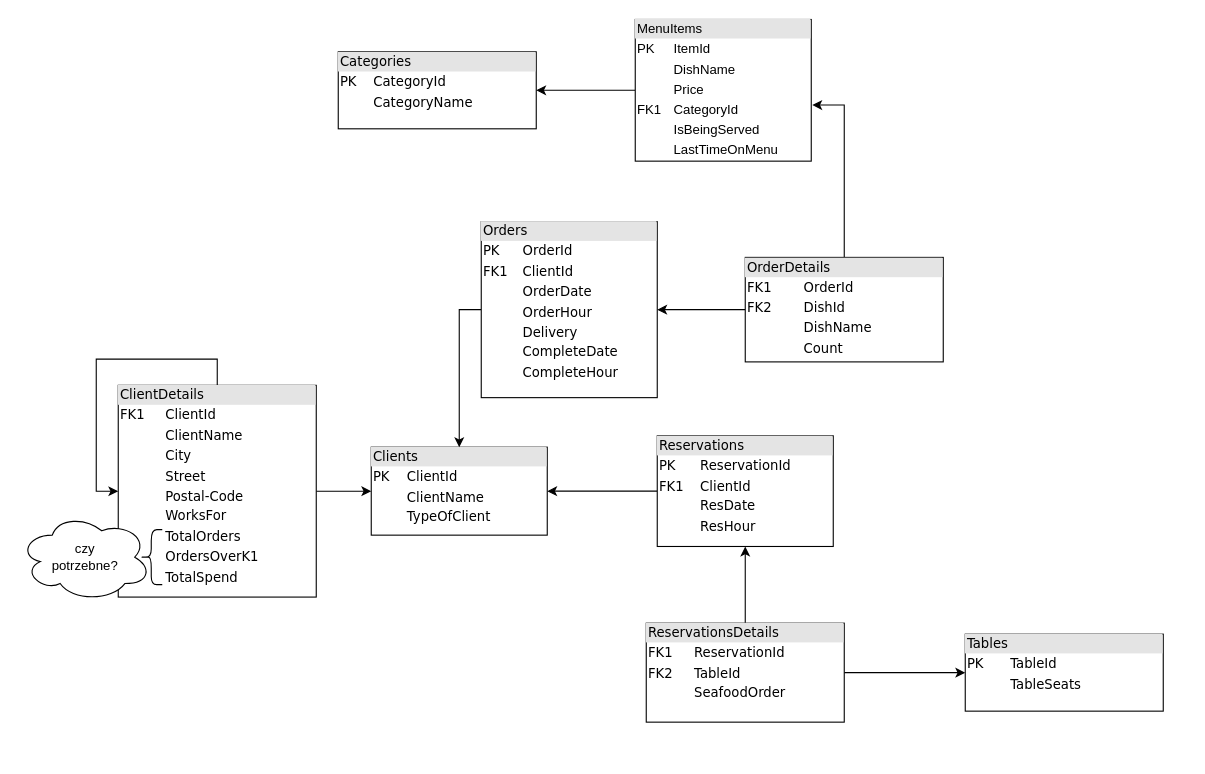
The draw.io diagram DataBaseSchema.drawio in mczajor/DataBases, before the edit. Source tidied: cells renumbered, new cells numbered last; positions are measured from the earlier drawing's top-left corner, leaving out a move shared by most shapes. Both pictures are drawn from the tidied source at 110%, with x=0, y=0 at pixel (19, 19).
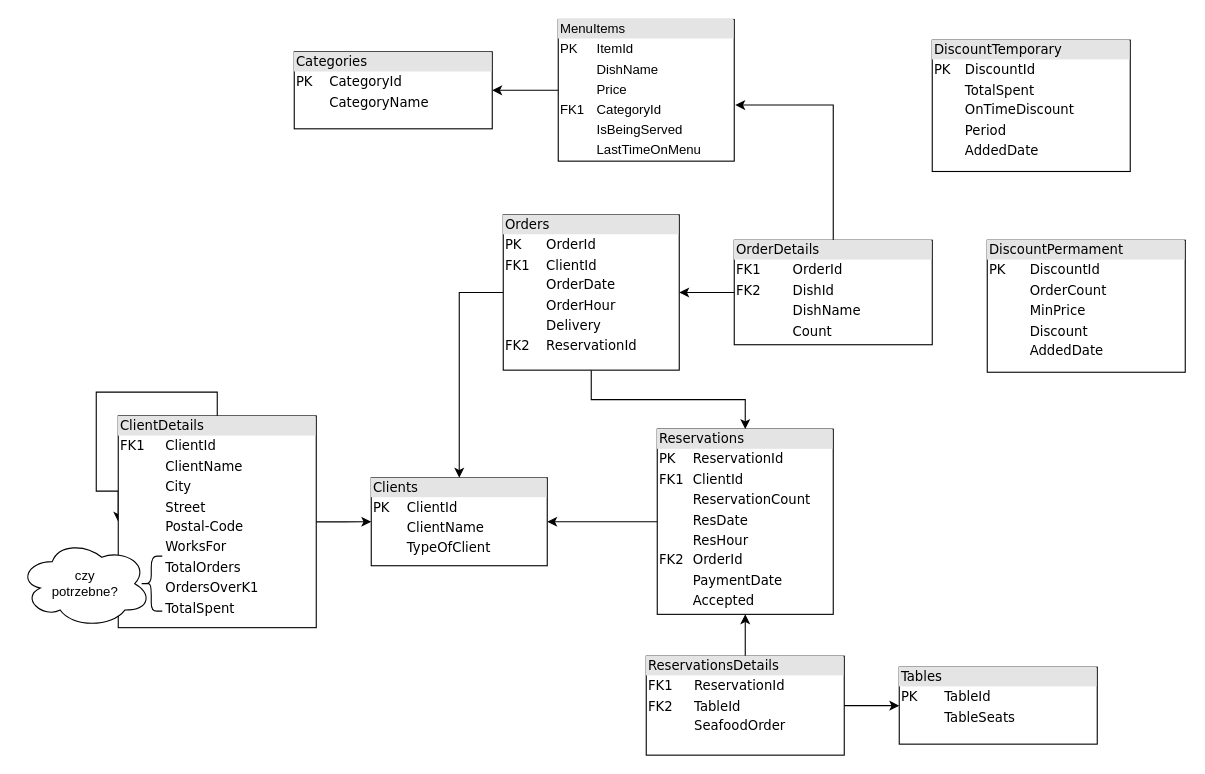
After the change.

What changed in the source:
```diff
@@
-    <mxCell id="3" value="&lt;div style=&quot;box-sizing: border-box ; width: 100% ; background: #e4e4e4 ; padding: 2px&quot;&gt;Reservations&lt;br&gt;&lt;/div&gt;&lt;table style=&quot;width: 100% ; font-size: 1em&quot; cellspacing=&quot;0&quot; cellpadding=&quot;2&quot;&gt;&lt;tbody&gt;&lt;tr&gt;&lt;td&gt;PK&lt;br&gt;&lt;/td&gt;&lt;td&gt;ReservationId&lt;br&gt;&lt;/td&gt;&lt;/tr&gt;&lt;tr&gt;&lt;td&gt;FK1&lt;br&gt;&lt;/td&gt;&lt;td&gt;ClientId&lt;br&gt;&lt;/td&gt;&lt;/tr&gt;&lt;tr&gt;&lt;td&gt;&lt;br&gt;&lt;/td&gt;&lt;td&gt;ResDate&lt;br&gt;&lt;/td&gt;&lt;/tr&gt;&lt;tr&gt;&lt;td&gt;&lt;br&gt;&lt;/td&gt;&lt;td&gt;ResHour&lt;br&gt;&lt;/td&gt;&lt;/tr&gt;&lt;/tbody&gt;&lt;/table&gt;" style="verticalAlign=top;align=left;overflow=fill;html=1;rounded=0;shadow=0;comic=0;labelBackgroundColor=none;strokeWidth=1;fontFamily=Verdana;fontSize=12;" parent="1" vertex="1">
-      <mxGeometry x="580" y="378.7" width="160" height="100.6" as="geometry" />
+    <mxCell id="3" value="&lt;div style=&quot;box-sizing: border-box ; width: 100% ; background: #e4e4e4 ; padding: 2px&quot;&gt;Reservations&lt;br&gt;&lt;/div&gt;&lt;table style=&quot;width: 100% ; font-size: 1em&quot; cellspacing=&quot;0&quot; cellpadding=&quot;2&quot;&gt;&lt;tbody&gt;&lt;tr&gt;&lt;td&gt;PK&lt;br&gt;&lt;/td&gt;&lt;td&gt;ReservationId&lt;br&gt;&lt;/td&gt;&lt;/tr&gt;&lt;tr&gt;&lt;td&gt;FK1&lt;br&gt;&lt;/td&gt;&lt;td&gt;ClientId&lt;br&gt;&lt;/td&gt;&lt;/tr&gt;&lt;tr&gt;&lt;td&gt;&lt;br&gt;&lt;/td&gt;&lt;td&gt;ReservationCount&lt;br&gt;&lt;/td&gt;&lt;/tr&gt;&lt;tr&gt;&lt;td&gt;&lt;br&gt;&lt;/td&gt;&lt;td&gt;ResDate&lt;br&gt;&lt;/td&gt;&lt;/tr&gt;&lt;tr&gt;&lt;td&gt;&lt;br&gt;&lt;/td&gt;&lt;td&gt;ResHour&lt;br&gt;&lt;/td&gt;&lt;/tr&gt;&lt;tr&gt;&lt;td&gt;FK2&lt;br&gt;&lt;/td&gt;&lt;td&gt;OrderId&lt;br&gt;&lt;/td&gt;&lt;/tr&gt;&lt;tr&gt;&lt;td&gt;&lt;br&gt;&lt;/td&gt;&lt;td&gt;PaymentDate&lt;br&gt;&lt;/td&gt;&lt;/tr&gt;&lt;tr&gt;&lt;td&gt;&lt;br&gt;&lt;/td&gt;&lt;td&gt;Accepted&lt;br&gt;&lt;/td&gt;&lt;/tr&gt;&lt;/tbody&gt;&lt;/table&gt;" style="verticalAlign=top;align=left;overflow=fill;html=1;rounded=0;shadow=0;comic=0;labelBackgroundColor=none;strokeWidth=1;fontFamily=Verdana;fontSize=12;" parent="1" vertex="1">
+      <mxGeometry x="580" y="372.6" width="160" height="168.4" as="geometry" />
     </mxCell>
     <mxCell id="4" value="&lt;div style=&quot;box-sizing: border-box ; width: 100% ; background: #e4e4e4 ; padding: 2px&quot;&gt;Clients&lt;/div&gt;&lt;table style=&quot;width: 100% ; font-size: 1em&quot; cellspacing=&quot;0&quot; cellpadding=&quot;2&quot;&gt;&lt;tbody&gt;&lt;tr&gt;&lt;td&gt;PK&lt;br&gt;&lt;/td&gt;&lt;td&gt;ClientId&lt;/td&gt;&lt;/tr&gt;&lt;tr&gt;&lt;td&gt;&lt;br&gt;&lt;/td&gt;&lt;td&gt;ClientName&lt;/td&gt;&lt;/tr&gt;&lt;tr&gt;&lt;td&gt;&lt;/td&gt;&lt;td&gt;TypeOfClient&lt;br&gt;&lt;/td&gt;&lt;/tr&gt;&lt;/tbody&gt;&lt;/table&gt;" style="verticalAlign=top;align=left;overflow=fill;html=1;rounded=0;shadow=0;comic=0;labelBackgroundColor=none;strokeWidth=1;fontFamily=Verdana;fontSize=12;" parent="1" vertex="1">
-      <mxGeometry x="320" y="389" width="160" height="80" as="geometry" />
+      <mxGeometry x="320" y="416.8" width="160" height="80" as="geometry" />
     </mxCell>
@@
     <mxCell id="6" style="edgeStyle=orthogonalEdgeStyle;rounded=0;orthogonalLoop=1;jettySize=auto;html=1;entryX=0;entryY=0.5;entryDx=0;entryDy=0;entryPerimeter=0;" parent="1" edge="1" source="7" target="7">
       <mxGeometry relative="1" as="geometry">
         <Array as="points">
-          <mxPoint x="180" y="309" />
-          <mxPoint x="70" y="309" />
+          <mxPoint x="180" y="339" />
+          <mxPoint x="70" y="339" />
           <mxPoint x="70" y="429" />
+          <mxPoint x="90" y="429" />
         </Array>
       </mxGeometry>
     </mxCell>
-    <mxCell id="7" value="&lt;div style=&quot;box-sizing: border-box ; width: 100% ; background: #e4e4e4 ; padding: 2px&quot;&gt;ClientDetails&lt;/div&gt;&lt;table style=&quot;width: 100% ; font-size: 1em&quot; cellspacing=&quot;0&quot; cellpadding=&quot;2&quot;&gt;&lt;tbody&gt;&lt;tr&gt;&lt;td&gt;FK1&lt;br&gt;&lt;/td&gt;&lt;td&gt;ClientId&lt;/td&gt;&lt;/tr&gt;&lt;tr&gt;&lt;td&gt;&lt;br&gt;&lt;/td&gt;&lt;td&gt;ClientName&lt;/td&gt;&lt;/tr&gt;&lt;tr&gt;&lt;td&gt;&lt;/td&gt;&lt;td&gt;City&lt;br&gt;&lt;/td&gt;&lt;/tr&gt;&lt;tr&gt;&lt;td&gt;&lt;br&gt;&lt;/td&gt;&lt;td&gt;Street&lt;br&gt;&lt;/td&gt;&lt;/tr&gt;&lt;tr&gt;&lt;td&gt;&lt;br&gt;&lt;/td&gt;&lt;td&gt;Postal-Code&lt;br&gt;&lt;/td&gt;&lt;/tr&gt;&lt;tr&gt;&lt;td&gt;&lt;br&gt;&lt;/td&gt;&lt;td&gt;WorksFor&lt;br&gt;&lt;/td&gt;&lt;/tr&gt;&lt;tr&gt;&lt;td&gt;&lt;br&gt;&lt;/td&gt;&lt;td&gt;TotalOrders&lt;br&gt;&lt;/td&gt;&lt;/tr&gt;&lt;tr&gt;&lt;td&gt;&lt;br&gt;&lt;/td&gt;&lt;td&gt;OrdersOverK1&lt;br&gt;&lt;/td&gt;&lt;/tr&gt;&lt;tr&gt;&lt;td&gt;&lt;br&gt;&lt;/td&gt;&lt;td&gt;TotalSpend&lt;br&gt;&lt;/td&gt;&lt;/tr&gt;&lt;/tbody&gt;&lt;/table&gt;" style="verticalAlign=top;align=left;overflow=fill;html=1;rounded=0;shadow=0;comic=0;labelBackgroundColor=none;strokeWidth=1;fontFamily=Verdana;fontSize=12;" parent="1" vertex="1">
-      <mxGeometry x="90" y="332.8" width="180" height="192.5" as="geometry" />
+    <mxCell id="7" value="&lt;div style=&quot;box-sizing: border-box ; width: 100% ; background: #e4e4e4 ; padding: 2px&quot;&gt;ClientDetails&lt;/div&gt;&lt;table style=&quot;width: 100% ; font-size: 1em&quot; cellspacing=&quot;0&quot; cellpadding=&quot;2&quot;&gt;&lt;tbody&gt;&lt;tr&gt;&lt;td&gt;FK1&lt;br&gt;&lt;/td&gt;&lt;td&gt;ClientId&lt;/td&gt;&lt;/tr&gt;&lt;tr&gt;&lt;td&gt;&lt;br&gt;&lt;/td&gt;&lt;td&gt;ClientName&lt;/td&gt;&lt;/tr&gt;&lt;tr&gt;&lt;td&gt;&lt;/td&gt;&lt;td&gt;City&lt;br&gt;&lt;/td&gt;&lt;/tr&gt;&lt;tr&gt;&lt;td&gt;&lt;br&gt;&lt;/td&gt;&lt;td&gt;Street&lt;br&gt;&lt;/td&gt;&lt;/tr&gt;&lt;tr&gt;&lt;td&gt;&lt;br&gt;&lt;/td&gt;&lt;td&gt;Postal-Code&lt;br&gt;&lt;/td&gt;&lt;/tr&gt;&lt;tr&gt;&lt;td&gt;&lt;br&gt;&lt;/td&gt;&lt;td&gt;WorksFor&lt;br&gt;&lt;/td&gt;&lt;/tr&gt;&lt;tr&gt;&lt;td&gt;&lt;br&gt;&lt;/td&gt;&lt;td&gt;TotalOrders&lt;br&gt;&lt;/td&gt;&lt;/tr&gt;&lt;tr&gt;&lt;td&gt;&lt;br&gt;&lt;/td&gt;&lt;td&gt;OrdersOverK1&lt;br&gt;&lt;/td&gt;&lt;/tr&gt;&lt;tr&gt;&lt;td&gt;&lt;br&gt;&lt;/td&gt;&lt;td&gt;TotalSpent&lt;br&gt;&lt;/td&gt;&lt;/tr&gt;&lt;/tbody&gt;&lt;/table&gt;" style="verticalAlign=top;align=left;overflow=fill;html=1;rounded=0;shadow=0;comic=0;labelBackgroundColor=none;strokeWidth=1;fontFamily=Verdana;fontSize=12;" parent="1" vertex="1">
+      <mxGeometry x="90" y="360.6" width="180" height="192.5" as="geometry" />
     </mxCell>
@@
+    <mxCell id="23" style="edgeStyle=orthogonalEdgeStyle;rounded=0;jettySize=auto;html=1;" parent="1" edge="1" source="9" target="3">
+      <mxGeometry relative="1" as="geometry" />
+    </mxCell>
-    <mxCell id="9" value="&lt;div style=&quot;box-sizing: border-box ; width: 100% ; background: #e4e4e4 ; padding: 2px&quot;&gt;Orders&lt;/div&gt;&lt;table style=&quot;width: 100% ; font-size: 1em&quot; cellspacing=&quot;0&quot; cellpadding=&quot;2&quot;&gt;&lt;tbody&gt;&lt;tr&gt;&lt;td&gt;PK&lt;br&gt;&lt;/td&gt;&lt;td&gt;OrderId&lt;br&gt;&lt;/td&gt;&lt;/tr&gt;&lt;tr&gt;&lt;td&gt;FK1&lt;br&gt;&lt;/td&gt;&lt;td&gt;ClientId&lt;br&gt;&lt;/td&gt;&lt;/tr&gt;&lt;tr&gt;&lt;td&gt;&lt;br&gt;&lt;/td&gt;&lt;td&gt;OrderDate&lt;br&gt;&lt;/td&gt;&lt;/tr&gt;&lt;tr&gt;&lt;td&gt;&lt;br&gt;&lt;/td&gt;&lt;td&gt;OrderHour&lt;br&gt;&lt;/td&gt;&lt;/tr&gt;&lt;tr&gt;&lt;td&gt;&lt;br&gt;&lt;/td&gt;&lt;td&gt;Delivery&lt;br&gt;&lt;/td&gt;&lt;/tr&gt;&lt;tr&gt;&lt;td&gt;&lt;br&gt;&lt;/td&gt;&lt;td&gt;CompleteDate&lt;/td&gt;&lt;/tr&gt;&lt;tr&gt;&lt;td&gt;&lt;br&gt;&lt;/td&gt;&lt;td&gt;CompleteHour&lt;br&gt;&lt;/td&gt;&lt;/tr&gt;&lt;/tbody&gt;&lt;/table&gt;" style="verticalAlign=top;align=left;overflow=fill;html=1;rounded=0;shadow=0;comic=0;labelBackgroundColor=none;strokeWidth=1;fontFamily=Verdana;fontSize=12;" parent="1" vertex="1">
-      <mxGeometry x="420" y="184" width="160" height="160" as="geometry" />
+    <mxCell id="9" value="&lt;div style=&quot;box-sizing: border-box ; width: 100% ; background: #e4e4e4 ; padding: 2px&quot;&gt;Orders&lt;/div&gt;&lt;table style=&quot;width: 100% ; font-size: 1em&quot; cellspacing=&quot;0&quot; cellpadding=&quot;2&quot;&gt;&lt;tbody&gt;&lt;tr&gt;&lt;td&gt;PK&lt;br&gt;&lt;/td&gt;&lt;td&gt;OrderId&lt;br&gt;&lt;/td&gt;&lt;/tr&gt;&lt;tr&gt;&lt;td&gt;FK1&lt;br&gt;&lt;/td&gt;&lt;td&gt;ClientId&lt;br&gt;&lt;/td&gt;&lt;/tr&gt;&lt;tr&gt;&lt;td&gt;&lt;br&gt;&lt;/td&gt;&lt;td&gt;OrderDate&lt;br&gt;&lt;/td&gt;&lt;/tr&gt;&lt;tr&gt;&lt;td&gt;&lt;br&gt;&lt;/td&gt;&lt;td&gt;OrderHour&lt;br&gt;&lt;/td&gt;&lt;/tr&gt;&lt;tr&gt;&lt;td&gt;&lt;br&gt;&lt;/td&gt;&lt;td&gt;Delivery&lt;br&gt;&lt;/td&gt;&lt;/tr&gt;&lt;tr&gt;&lt;td&gt;FK2&lt;br&gt;&lt;/td&gt;&lt;td&gt;ReservationId&lt;br&gt;&lt;/td&gt;&lt;/tr&gt;&lt;/tbody&gt;&lt;/table&gt;" style="verticalAlign=top;align=left;overflow=fill;html=1;rounded=0;shadow=0;comic=0;labelBackgroundColor=none;strokeWidth=1;fontFamily=Verdana;fontSize=12;" parent="1" vertex="1">
+      <mxGeometry x="440" y="177.8" width="160" height="141.2" as="geometry" />
     </mxCell>
     <mxCell id="10" value="&lt;div style=&quot;box-sizing:border-box;width:100%;background:#e4e4e4;padding:2px;&quot;&gt;Categories&lt;/div&gt;&lt;table style=&quot;width:100%;font-size:1em;&quot; cellspacing=&quot;0&quot; cellpadding=&quot;2&quot;&gt;&lt;tbody&gt;&lt;tr&gt;&lt;td&gt;PK&lt;br&gt;&lt;/td&gt;&lt;td&gt;CategoryId&lt;/td&gt;&lt;/tr&gt;&lt;tr&gt;&lt;td&gt;&lt;br&gt;&lt;/td&gt;&lt;td&gt;CategoryName&lt;/td&gt;&lt;/tr&gt;&lt;/tbody&gt;&lt;/table&gt;" style="verticalAlign=top;align=left;overflow=fill;html=1;rounded=0;shadow=0;comic=0;labelBackgroundColor=none;strokeWidth=1;fontFamily=Verdana;fontSize=12;" parent="1" vertex="1">
-      <mxGeometry x="290" y="29.6" width="180" height="70" as="geometry" />
+      <mxGeometry x="250" y="29.6" width="180" height="70" as="geometry" />
     </mxCell>
@@
-    <mxCell id="13" value="&lt;div style=&quot;box-sizing: border-box ; width: 100% ; background: #e4e4e4 ; padding: 2px&quot;&gt;OrderDetails&lt;/div&gt;&lt;table style=&quot;width: 100% ; font-size: 1em&quot; cellspacing=&quot;0&quot; cellpadding=&quot;2&quot;&gt;&lt;tbody&gt;&lt;tr&gt;&lt;td&gt;FK1&lt;br&gt;&lt;/td&gt;&lt;td&gt;OrderId&lt;br&gt;&lt;/td&gt;&lt;/tr&gt;&lt;tr&gt;&lt;td&gt;FK2&lt;br&gt;&lt;/td&gt;&lt;td&gt;DishId&lt;/td&gt;&lt;/tr&gt;&lt;tr&gt;&lt;td&gt;&lt;br&gt;&lt;/td&gt;&lt;td&gt;DishName&lt;br&gt;&lt;/td&gt;&lt;/tr&gt;&lt;tr&gt;&lt;td&gt;&lt;/td&gt;&lt;td&gt;Count&lt;/td&gt;&lt;/tr&gt;&lt;/tbody&gt;&lt;/table&gt;" style="verticalAlign=top;align=left;overflow=fill;html=1;rounded=0;shadow=0;comic=0;labelBackgroundColor=none;strokeWidth=1;fontFamily=Verdana;fontSize=12;" parent="1" vertex="1">
-      <mxGeometry x="660" y="216.5" width="180" height="95" as="geometry" />
+    <mxCell id="13" value="&lt;div style=&quot;box-sizing: border-box ; width: 100% ; background: #e4e4e4 ; padding: 2px&quot;&gt;OrderDetails&lt;/div&gt;&lt;table style=&quot;width: 100% ; font-size: 1em&quot; cellspacing=&quot;0&quot; cellpadding=&quot;2&quot;&gt;&lt;tbody&gt;&lt;tr&gt;&lt;td&gt;FK1&lt;br&gt;&lt;/td&gt;&lt;td&gt;OrderId&lt;br&gt;&lt;/td&gt;&lt;/tr&gt;&lt;tr&gt;&lt;td&gt;FK2&lt;br&gt;&lt;/td&gt;&lt;td&gt;DishId&lt;/td&gt;&lt;/tr&gt;&lt;tr&gt;&lt;td&gt;&lt;br&gt;&lt;/td&gt;&lt;td&gt;DishName&lt;br&gt;&lt;/td&gt;&lt;/tr&gt;&lt;tr&gt;&lt;td&gt;&lt;/td&gt;&lt;td&gt;Count&lt;/td&gt;&lt;/tr&gt;&lt;tr&gt;&lt;td&gt;&lt;br&gt;&lt;/td&gt;&lt;td&gt;&lt;br&gt;&lt;/td&gt;&lt;/tr&gt;&lt;/tbody&gt;&lt;/table&gt;" style="verticalAlign=top;align=left;overflow=fill;html=1;rounded=0;shadow=0;comic=0;labelBackgroundColor=none;strokeWidth=1;fontFamily=Verdana;fontSize=12;" parent="1" vertex="1">
+      <mxGeometry x="650" y="200.9" width="180" height="95" as="geometry" />
     </mxCell>
     <mxCell id="14" value="&lt;div style=&quot;box-sizing:border-box;width:100%;background:#e4e4e4;padding:2px;&quot;&gt;Tables&lt;/div&gt;&lt;table style=&quot;width:100%;font-size:1em;&quot; cellspacing=&quot;0&quot; cellpadding=&quot;2&quot;&gt;&lt;tbody&gt;&lt;tr&gt;&lt;td&gt;PK&lt;br&gt;&lt;/td&gt;&lt;td&gt;TableId&lt;/td&gt;&lt;/tr&gt;&lt;tr&gt;&lt;td&gt;&lt;br&gt;&lt;/td&gt;&lt;td&gt;TableSeats&lt;/td&gt;&lt;/tr&gt;&lt;/tbody&gt;&lt;/table&gt;" style="verticalAlign=top;align=left;overflow=fill;html=1;rounded=0;shadow=0;comic=0;labelBackgroundColor=none;strokeWidth=1;fontFamily=Verdana;fontSize=12;" parent="1" vertex="1">
-      <mxGeometry x="860" y="559" width="180" height="70" as="geometry" />
+      <mxGeometry x="800" y="589" width="180" height="70" as="geometry" />
     </mxCell>
@@
     <mxCell id="17" value="&lt;div style=&quot;box-sizing: border-box ; width: 100% ; background: #e4e4e4 ; padding: 2px&quot;&gt;ReservationsDetails&lt;/div&gt;&lt;table style=&quot;width: 100% ; font-size: 1em&quot; cellspacing=&quot;0&quot; cellpadding=&quot;2&quot;&gt;&lt;tbody&gt;&lt;tr&gt;&lt;td&gt;FK1&lt;br&gt;&lt;/td&gt;&lt;td&gt;ReservationId&lt;/td&gt;&lt;/tr&gt;&lt;tr&gt;&lt;td&gt;FK2&lt;br&gt;&lt;/td&gt;&lt;td&gt;TableId&lt;br&gt;&lt;/td&gt;&lt;/tr&gt;&lt;tr&gt;&lt;td&gt;&lt;br&gt;&lt;/td&gt;&lt;td&gt;SeafoodOrder&lt;br&gt;&lt;/td&gt;&lt;/tr&gt;&lt;/tbody&gt;&lt;/table&gt;" style="verticalAlign=top;align=left;overflow=fill;html=1;rounded=0;shadow=0;comic=0;labelBackgroundColor=none;strokeWidth=1;fontFamily=Verdana;fontSize=12;" parent="1" vertex="1">
-      <mxGeometry x="570" y="549" width="180" height="90" as="geometry" />
+      <mxGeometry x="570" y="579" width="180" height="90" as="geometry" />
     </mxCell>
@@
     <mxCell id="19" value="&lt;div style=&quot;box-sizing:border-box;width:100%;background:#e4e4e4;padding:2px;&quot;&gt;MenuItems&lt;/div&gt;&lt;table style=&quot;width:100%;font-size:1em;&quot; cellspacing=&quot;0&quot; cellpadding=&quot;2&quot;&gt;&lt;tbody&gt;&lt;tr&gt;&lt;td&gt;PK&lt;br&gt;&lt;/td&gt;&lt;td&gt;ItemId&lt;/td&gt;&lt;/tr&gt;&lt;tr&gt;&lt;td&gt;&lt;br&gt;&lt;/td&gt;&lt;td&gt;DishName&lt;br&gt;&lt;/td&gt;&lt;/tr&gt;&lt;tr&gt;&lt;td&gt;&lt;br&gt;&lt;/td&gt;&lt;td&gt;Price&lt;br&gt;&lt;/td&gt;&lt;/tr&gt;&lt;tr&gt;&lt;td&gt;FK1&lt;/td&gt;&lt;td&gt;CategoryId&lt;/td&gt;&lt;/tr&gt;&lt;tr&gt;&lt;td&gt;&lt;br&gt;&lt;/td&gt;&lt;td&gt;IsBeingServed&lt;br&gt;&lt;/td&gt;&lt;/tr&gt;&lt;tr&gt;&lt;td&gt;&lt;br&gt;&lt;/td&gt;&lt;td&gt;LastTimeOnMenu&lt;br&gt;&lt;/td&gt;&lt;/tr&gt;&lt;/tbody&gt;&lt;/table&gt;" style="verticalAlign=top;align=left;overflow=fill;html=1;" parent="1" vertex="1">
-      <mxGeometry x="560" y="0.2" width="160" height="128.8" as="geometry" />
+      <mxGeometry x="490" y="0.2" width="160" height="128.8" as="geometry" />
     </mxCell>
@@
     <mxCell id="21" value="&lt;div&gt;czy &lt;br&gt;&lt;/div&gt;&lt;div&gt;potrzebne?&lt;br&gt;&lt;/div&gt;" style="ellipse;shape=cloud;whiteSpace=wrap;html=1;" parent="1" vertex="1">
-      <mxGeometry y="449" width="120" height="80" as="geometry" />
+      <mxGeometry y="473.1" width="120" height="80" as="geometry" />
     </mxCell>
     <mxCell id="22" style="shape=curlyBracket;whiteSpace=wrap;html=1;rounded=1;labelPosition=left;verticalLabelPosition=middle;align=right;verticalAlign=middle;size=0.5;" parent="1" vertex="1">
-      <mxGeometry x="110" y="464" width="20" height="50" as="geometry" />
+      <mxGeometry x="110" y="488.1" width="20" height="50" as="geometry" />
     </mxCell>
+    <mxCell id="24" value="&lt;div style=&quot;box-sizing: border-box ; width: 100% ; background: #e4e4e4 ; padding: 2px&quot;&gt;DiscountPermament&lt;br&gt;&lt;/div&gt;&lt;table style=&quot;width: 100% ; font-size: 1em&quot; cellspacing=&quot;0&quot; cellpadding=&quot;2&quot;&gt;&lt;tbody&gt;&lt;tr&gt;&lt;td&gt;PK&lt;br&gt;&lt;/td&gt;&lt;td&gt;DiscountId&lt;/td&gt;&lt;/tr&gt;&lt;tr&gt;&lt;td&gt;&lt;br&gt;&lt;/td&gt;&lt;td&gt;OrderCount&lt;/td&gt;&lt;/tr&gt;&lt;tr&gt;&lt;td&gt;&lt;/td&gt;&lt;td&gt;MinPrice&lt;br&gt;&lt;/td&gt;&lt;/tr&gt;&lt;tr&gt;&lt;td&gt;&lt;br&gt;&lt;/td&gt;&lt;td&gt;Discount&lt;br&gt;&lt;/td&gt;&lt;/tr&gt;&lt;tr&gt;&lt;td&gt;&lt;br&gt;&lt;/td&gt;&lt;td&gt;AddedDate&lt;br&gt;&lt;/td&gt;&lt;/tr&gt;&lt;/tbody&gt;&lt;/table&gt;" style="verticalAlign=top;align=left;overflow=fill;html=1;rounded=0;shadow=0;comic=0;labelBackgroundColor=none;strokeWidth=1;fontFamily=Verdana;fontSize=12;" parent="1" vertex="1">
+      <mxGeometry x="880" y="200.9" width="180" height="120" as="geometry" />
+    </mxCell>
+    <mxCell id="25" value="&lt;div style=&quot;box-sizing:border-box;width:100%;background:#e4e4e4;padding:2px;&quot;&gt;DiscountTemporary&lt;/div&gt;&lt;table style=&quot;width:100%;font-size:1em;&quot; cellspacing=&quot;0&quot; cellpadding=&quot;2&quot;&gt;&lt;tbody&gt;&lt;tr&gt;&lt;td&gt;PK&lt;br&gt;&lt;/td&gt;&lt;td&gt;DiscountId&lt;/td&gt;&lt;/tr&gt;&lt;tr&gt;&lt;td&gt;&lt;br&gt;&lt;/td&gt;&lt;td&gt;TotalSpent&lt;/td&gt;&lt;/tr&gt;&lt;tr&gt;&lt;td&gt;&lt;br&gt;&lt;/td&gt;&lt;td&gt;OnTimeDiscount&lt;br&gt;&lt;/td&gt;&lt;/tr&gt;&lt;tr&gt;&lt;td&gt;&lt;br&gt;&lt;/td&gt;&lt;td&gt;Period&lt;br&gt;&lt;/td&gt;&lt;/tr&gt;&lt;tr&gt;&lt;td&gt;&lt;br&gt;&lt;/td&gt;&lt;td&gt;AddedDate&lt;br&gt;&lt;/td&gt;&lt;/tr&gt;&lt;/tbody&gt;&lt;/table&gt;" style="verticalAlign=top;align=left;overflow=fill;html=1;rounded=0;shadow=0;comic=0;labelBackgroundColor=none;strokeWidth=1;fontFamily=Verdana;fontSize=12;" parent="1" vertex="1">
+      <mxGeometry x="830" y="19" width="180" height="119.4" as="geometry" />
+    </mxCell>
```
